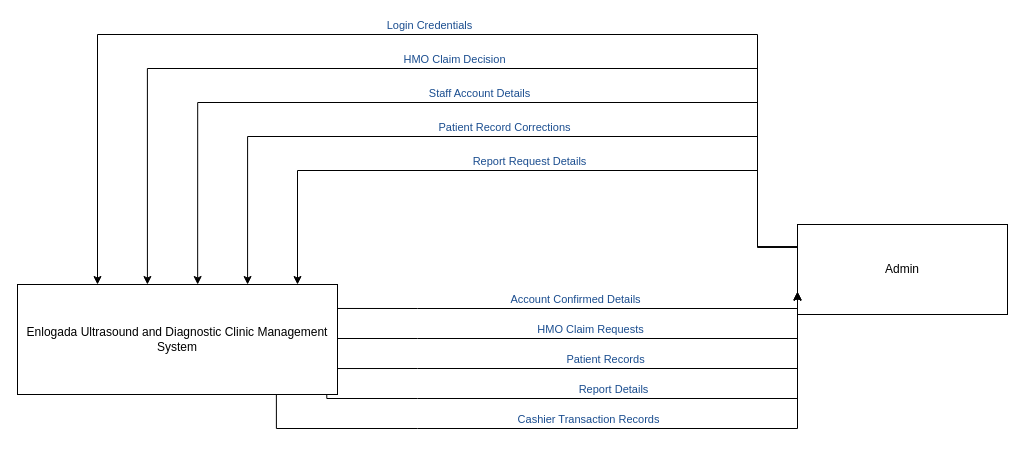
Before: page "Admin" (3 of 9) of docs/diagrams/dfd-level0.drawio in steven23lz/Enlogada-Clinic-Management-System, a draw.io diagram. Source tidied: cells renumbered, new cells numbered last; positions are measured from the earlier drawing's top-left corner, leaving out a move shared by most shapes. Both pictures are drawn from the tidied source at 100%, with x=0, y=0 at pixel (17, 34).
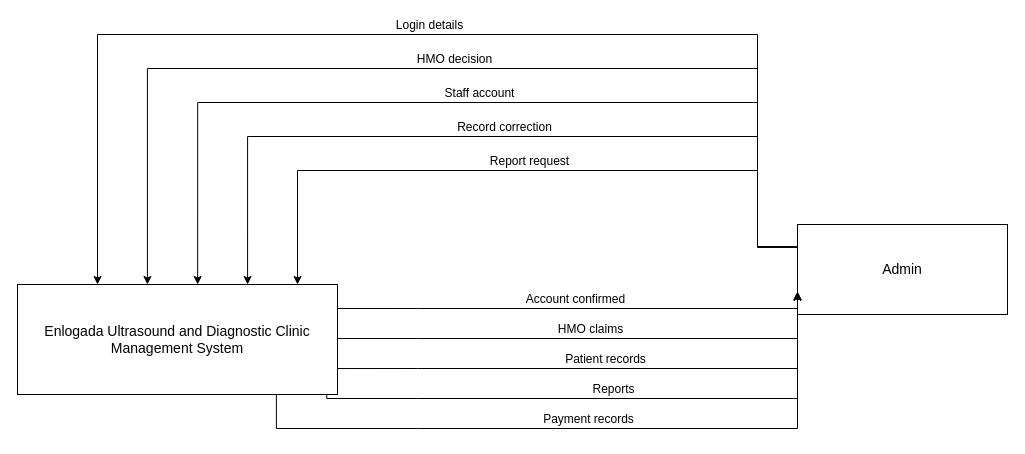
The same page after the edit.

Diff of the diagram source:
```diff
@@
-    <mxCell id="2" value="Enlogada Ultrasound and Diagnostic Clinic Management System" style="rounded=0;whiteSpace=wrap;html=1;verticalAlign=middle;fontFamily=Helvetica;fontSize=12;" parent="1" vertex="1">
+    <mxCell id="2" value="Enlogada Ultrasound and Diagnostic Clinic Management System" style="rounded=0;whiteSpace=wrap;html=1;verticalAlign=middle;fontFamily=Helvetica;fontSize=14;fontColor=#000000;strokeColor=#000000;" parent="1" vertex="1">
       <mxGeometry y="250" width="320" height="110" as="geometry" />
     </mxCell>
-    <mxCell id="3" value="Admin" style="rounded=0;whiteSpace=wrap;html=1;fontFamily=Helvetica;fontSize=12;" parent="1" vertex="1">
+    <mxCell id="3" value="Admin" style="rounded=0;whiteSpace=wrap;html=1;fontFamily=Helvetica;fontSize=14;fontColor=#000000;strokeColor=#000000;" parent="1" vertex="1">
       <mxGeometry x="780" y="190" width="210" height="90" as="geometry" />
     </mxCell>
-    <mxCell id="4" value="Login Credentials" style="edgeStyle=orthogonalEdgeStyle;rounded=0;html=1;fontColor=#1A4D8F;verticalAlign=bottom;fontFamily=Helvetica;fontSize=11;exitX=0;exitY=0.25;exitDx=0;exitDy=0;entryX=0.250;entryY=0;entryDx=0;entryDy=0;" parent="1" edge="1" source="3" target="2">
+    <mxCell id="4" value="Login details" style="edgeStyle=orthogonalEdgeStyle;rounded=0;html=1;verticalAlign=bottom;fontFamily=Helvetica;fontSize=12;fontColor=#000000;strokeColor=#000000;exitX=0;exitY=0.25;exitDx=0;exitDy=0;entryX=0.250;entryY=0;entryDx=0;entryDy=0;" parent="1" edge="1" source="3" target="2">
       <mxGeometry relative="1" as="geometry">
         <Array as="points">
           <mxPoint x="740" />
           <mxPoint x="80" />
         </Array>
       </mxGeometry>
     </mxCell>
-    <mxCell id="5" value="HMO Claim Decision" style="edgeStyle=orthogonalEdgeStyle;rounded=0;html=1;fontColor=#1A4D8F;verticalAlign=bottom;fontFamily=Helvetica;fontSize=11;exitX=0;exitY=0.25;exitDx=0;exitDy=0;entryX=0.406;entryY=0;entryDx=0;entryDy=0;" parent="1" edge="1" source="3" target="2">
+    <mxCell id="5" value="HMO decision" style="edgeStyle=orthogonalEdgeStyle;rounded=0;html=1;verticalAlign=bottom;fontFamily=Helvetica;fontSize=12;fontColor=#000000;strokeColor=#000000;exitX=0;exitY=0.25;exitDx=0;exitDy=0;entryX=0.406;entryY=0;entryDx=0;entryDy=0;" parent="1" edge="1" source="3" target="2">
       <mxGeometry relative="1" as="geometry">
         <Array as="points">
           <mxPoint x="740" y="34" />
           <mxPoint x="130" y="34" />
         </Array>
       </mxGeometry>
     </mxCell>
-    <mxCell id="6" value="Staff Account Details" style="edgeStyle=orthogonalEdgeStyle;rounded=0;html=1;fontColor=#1A4D8F;verticalAlign=bottom;fontFamily=Helvetica;fontSize=11;exitX=0;exitY=0.25;exitDx=0;exitDy=0;entryX=0.563;entryY=0;entryDx=0;entryDy=0;" parent="1" edge="1" source="3" target="2">
+    <mxCell id="6" value="Staff account" style="edgeStyle=orthogonalEdgeStyle;rounded=0;html=1;verticalAlign=bottom;fontFamily=Helvetica;fontSize=12;fontColor=#000000;strokeColor=#000000;exitX=0;exitY=0.25;exitDx=0;exitDy=0;entryX=0.563;entryY=0;entryDx=0;entryDy=0;" parent="1" edge="1" source="3" target="2">
       <mxGeometry relative="1" as="geometry">
         <Array as="points">
           <mxPoint x="740" y="68" />
           <mxPoint x="180" y="68" />
         </Array>
       </mxGeometry>
     </mxCell>
-    <mxCell id="7" value="Patient Record Corrections" style="edgeStyle=orthogonalEdgeStyle;rounded=0;html=1;fontColor=#1A4D8F;verticalAlign=bottom;fontFamily=Helvetica;fontSize=11;exitX=0;exitY=0.25;exitDx=0;exitDy=0;entryX=0.719;entryY=0;entryDx=0;entryDy=0;" parent="1" edge="1" source="3" target="2">
+    <mxCell id="7" value="Record correction" style="edgeStyle=orthogonalEdgeStyle;rounded=0;html=1;verticalAlign=bottom;fontFamily=Helvetica;fontSize=12;fontColor=#000000;strokeColor=#000000;exitX=0;exitY=0.25;exitDx=0;exitDy=0;entryX=0.719;entryY=0;entryDx=0;entryDy=0;" parent="1" edge="1" source="3" target="2">
       <mxGeometry relative="1" as="geometry">
         <Array as="points">
           <mxPoint x="740" y="102" />
           <mxPoint x="230" y="102" />
         </Array>
       </mxGeometry>
     </mxCell>
-    <mxCell id="8" value="Report Request Details" style="edgeStyle=orthogonalEdgeStyle;rounded=0;html=1;fontColor=#1A4D8F;verticalAlign=bottom;fontFamily=Helvetica;fontSize=11;exitX=0;exitY=0.25;exitDx=0;exitDy=0;entryX=0.875;entryY=0;entryDx=0;entryDy=0;" parent="1" edge="1" source="3" target="2">
+    <mxCell id="8" value="Report request" style="edgeStyle=orthogonalEdgeStyle;rounded=0;html=1;verticalAlign=bottom;fontFamily=Helvetica;fontSize=12;fontColor=#000000;strokeColor=#000000;exitX=0;exitY=0.25;exitDx=0;exitDy=0;entryX=0.875;entryY=0;entryDx=0;entryDy=0;" parent="1" edge="1" source="3" target="2">
       <mxGeometry relative="1" as="geometry">
         <Array as="points">
           <mxPoint x="740" y="136" />
           <mxPoint x="280" y="136" />
         </Array>
       </mxGeometry>
     </mxCell>
-    <mxCell id="9" value="Account Confirmed Details" style="edgeStyle=orthogonalEdgeStyle;rounded=0;html=1;fontColor=#1A4D8F;verticalAlign=bottom;fontFamily=Helvetica;fontSize=11;exitX=1;exitY=0.218;exitDx=0;exitDy=0;entryX=0;entryY=0.75;entryDx=0;entryDy=0;" parent="1" edge="1" source="2" target="3">
+    <mxCell id="9" value="Account confirmed" style="edgeStyle=orthogonalEdgeStyle;rounded=0;html=1;verticalAlign=bottom;fontFamily=Helvetica;fontSize=12;fontColor=#000000;strokeColor=#000000;exitX=1;exitY=0.218;exitDx=0;exitDy=0;entryX=0;entryY=0.75;entryDx=0;entryDy=0;" parent="1" edge="1" source="2" target="3">
       <mxGeometry relative="1" as="geometry">
         <Array as="points">
           <mxPoint x="400" y="274" />
           <mxPoint x="740" y="274" />
         </Array>
       </mxGeometry>
     </mxCell>
-    <mxCell id="10" value="HMO Claim Requests" style="edgeStyle=orthogonalEdgeStyle;rounded=0;html=1;fontColor=#1A4D8F;verticalAlign=bottom;fontFamily=Helvetica;fontSize=11;exitX=1;exitY=0.491;exitDx=0;exitDy=0;entryX=0;entryY=0.75;entryDx=0;entryDy=0;" parent="1" edge="1" source="2" target="3">
+    <mxCell id="10" value="HMO claims" style="edgeStyle=orthogonalEdgeStyle;rounded=0;html=1;verticalAlign=bottom;fontFamily=Helvetica;fontSize=12;fontColor=#000000;strokeColor=#000000;exitX=1;exitY=0.491;exitDx=0;exitDy=0;entryX=0;entryY=0.75;entryDx=0;entryDy=0;" parent="1" edge="1" source="2" target="3">
       <mxGeometry relative="1" as="geometry">
         <Array as="points">
           <mxPoint x="400" y="304" />
           <mxPoint x="740" y="304" />
         </Array>
       </mxGeometry>
     </mxCell>
-    <mxCell id="11" value="Patient Records" style="edgeStyle=orthogonalEdgeStyle;rounded=0;html=1;fontColor=#1A4D8F;verticalAlign=bottom;fontFamily=Helvetica;fontSize=11;exitX=1;exitY=0.764;exitDx=0;exitDy=0;entryX=0;entryY=0.75;entryDx=0;entryDy=0;" parent="1" edge="1" source="2" target="3">
+    <mxCell id="11" value="Patient records" style="edgeStyle=orthogonalEdgeStyle;rounded=0;html=1;verticalAlign=bottom;fontFamily=Helvetica;fontSize=12;fontColor=#000000;strokeColor=#000000;exitX=1;exitY=0.764;exitDx=0;exitDy=0;entryX=0;entryY=0.75;entryDx=0;entryDy=0;" parent="1" edge="1" source="2" target="3">
       <mxGeometry relative="1" as="geometry">
         <Array as="points">
           <mxPoint x="400" y="334" />
           <mxPoint x="740" y="334" />
         </Array>
       </mxGeometry>
     </mxCell>
-    <mxCell id="12" value="Report Details" style="edgeStyle=orthogonalEdgeStyle;rounded=0;html=1;fontColor=#1A4D8F;verticalAlign=bottom;fontFamily=Helvetica;fontSize=11;exitX=1;exitY=1.036;exitDx=0;exitDy=0;entryX=0;entryY=0.75;entryDx=0;entryDy=0;" parent="1" edge="1" source="2" target="3">
+    <mxCell id="12" value="Reports" style="edgeStyle=orthogonalEdgeStyle;rounded=0;html=1;verticalAlign=bottom;fontFamily=Helvetica;fontSize=12;fontColor=#000000;strokeColor=#000000;exitX=1;exitY=1.036;exitDx=0;exitDy=0;entryX=0;entryY=0.75;entryDx=0;entryDy=0;" parent="1" edge="1" source="2" target="3">
       <mxGeometry relative="1" as="geometry">
         <Array as="points">
           <mxPoint x="400" y="364" />
           <mxPoint x="740" y="364" />
         </Array>
       </mxGeometry>
     </mxCell>
-    <mxCell id="13" value="Cashier Transaction Records" style="edgeStyle=orthogonalEdgeStyle;rounded=0;html=1;fontColor=#1A4D8F;verticalAlign=bottom;fontFamily=Helvetica;fontSize=11;exitX=1;exitY=1.309;exitDx=0;exitDy=0;entryX=0;entryY=0.75;entryDx=0;entryDy=0;" parent="1" edge="1" source="2" target="3">
+    <mxCell id="13" value="Payment records" style="edgeStyle=orthogonalEdgeStyle;rounded=0;html=1;verticalAlign=bottom;fontFamily=Helvetica;fontSize=12;fontColor=#000000;strokeColor=#000000;exitX=1;exitY=1.309;exitDx=0;exitDy=0;entryX=0;entryY=0.75;entryDx=0;entryDy=0;" parent="1" edge="1" source="2" target="3">
       <mxGeometry relative="1" as="geometry">
         <Array as="points">
           <mxPoint x="400" y="394" />
           <mxPoint x="740" y="394" />
         </Array>
       </mxGeometry>
     </mxCell>
```
